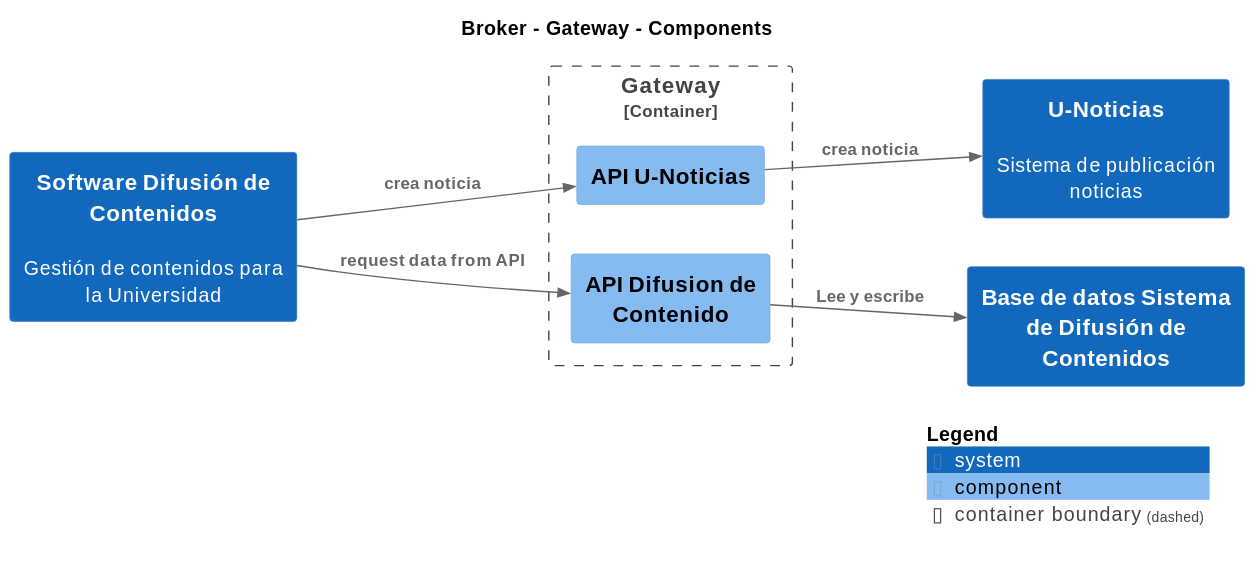
Above: build/site/master/svg/Component-002.svg in nbrx/c4-dcc-arq (PlantUML), before the change. Its source is kept beside it as build/site/master/puml/Component-002.puml.
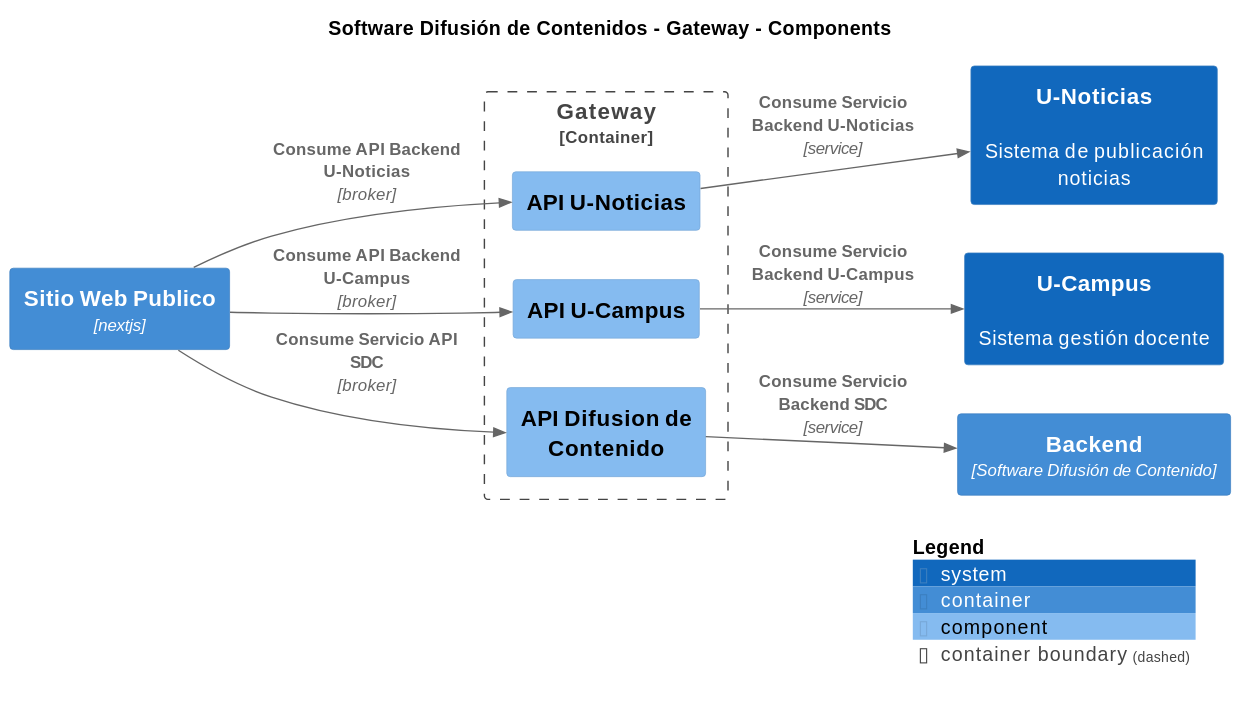
After the commit.

The edit, as a diff of the source:
```diff
@@ -1,26 +1,31 @@
 @startuml
 set separator none
-title Broker - Gateway - Components
+title Software Difusión de Contenidos - Gateway - Components
 
 left to right direction
 
 !include <C4/C4>
 !include <C4/C4_Context>
+!include <C4/C4_Container>
 !include <C4/C4_Component>
 
-System(SoftwareDifusióndeContenidos, "Software Difusión de Contenidos", "Gestión de contenidos para la Universidad", $tags="")
 System(UNoticias, "U-Noticias", "Sistema de publicación noticias", $tags="")
-System(BasededatosSistemadeDifusióndeContenidos, "Base de datos Sistema de Difusión de Contenidos", "", $tags="")
+Container(SoftwareDifusióndeContenidos.SitioWebPublico, "Sitio Web Publico", "nextjs", "", $tags="")
+System(UCampus, "U-Campus", "Sistema gestión docente", $tags="")
+Container(SoftwareDifusióndeContenidos.Backend, "Backend", "Software Difusión de Contenido", $tags="")
 
-Container_Boundary("Broker.Gateway_boundary", "Gateway", $tags="") {
-  Component(Broker.Gateway.APIUNoticias, "API U-Noticias", "", $tags="")
-  Component(Broker.Gateway.APIDifusiondeContenido, "API Difusion de Contenido", "", $tags="")
+Container_Boundary("SoftwareDifusióndeContenidos.Gateway_boundary", "Gateway", $tags="") {
+  Component(SoftwareDifusióndeContenidos.Gateway.APIUNoticias, "API U-Noticias", "", $tags="")
+  Component(SoftwareDifusióndeContenidos.Gateway.APIUCampus, "API U-Campus", "", $tags="")
+  Component(SoftwareDifusióndeContenidos.Gateway.APIDifusiondeContenido, "API Difusion de Contenido", "", $tags="")
 }
 
-Rel_D(Broker.Gateway.APIUNoticias, UNoticias, "crea noticia", $tags="")
-Rel_D(SoftwareDifusióndeContenidos, Broker.Gateway.APIDifusiondeContenido, "request data from API", $tags="")
-Rel_D(Broker.Gateway.APIDifusiondeContenido, BasededatosSistemadeDifusióndeContenidos, "Lee y escribe", $tags="")
-Rel_D(SoftwareDifusióndeContenidos, Broker.Gateway.APIUNoticias, "crea noticia", $tags="")
+Rel_D(SoftwareDifusióndeContenidos.SitioWebPublico, SoftwareDifusióndeContenidos.Gateway.APIDifusiondeContenido, "Consume Servicio API SDC", "broker", $tags="")
+Rel_D(SoftwareDifusióndeContenidos.SitioWebPublico, SoftwareDifusióndeContenidos.Gateway.APIUNoticias, "Consume API Backend U-Noticias", "broker", $tags="")
+Rel_D(SoftwareDifusióndeContenidos.Gateway.APIDifusiondeContenido, SoftwareDifusióndeContenidos.Backend, "Consume Servicio Backend SDC", "service", $tags="")
+Rel_D(SoftwareDifusióndeContenidos.Gateway.APIUNoticias, UNoticias, "Consume Servicio Backend U-Noticias", "service", $tags="")
+Rel_D(SoftwareDifusióndeContenidos.SitioWebPublico, SoftwareDifusióndeContenidos.Gateway.APIUCampus, "Consume API Backend U-Campus", "broker", $tags="")
+Rel_D(SoftwareDifusióndeContenidos.Gateway.APIUCampus, UCampus, "Consume Servicio Backend U-Campus", "service", $tags="")
 
 SHOW_LEGEND(true)
 @enduml
```
